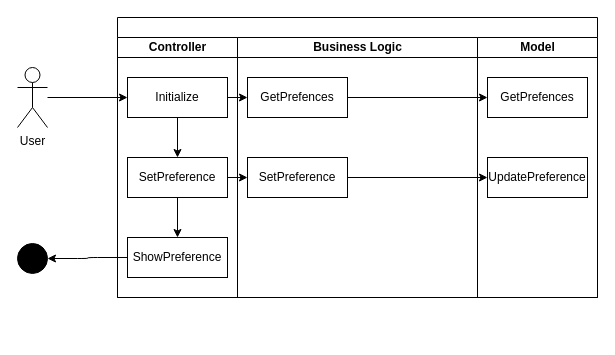
This is diagrams/ASD/SetPreference.drawio from JochemGrootherder/educom-webshop-runtime-records, a draw.io file, before an edit. Source tidied: cells renumbered, new cells numbered last; positions are measured from the earlier drawing's top-left corner, leaving out a move shared by most shapes. Both pictures are drawn from the tidied source at 100%, with x=0, y=0 at pixel (17, 17).
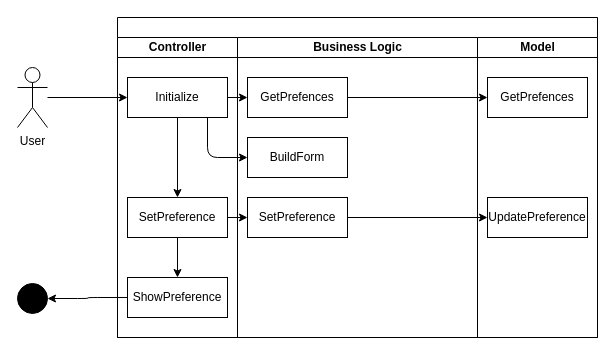
After the change.

Unchanged cells that the change refers to:
```xml
<mxCell id="5" value="Initialize" style="rounded=0;whiteSpace=wrap;html=1;" parent="3" vertex="1">
  <mxGeometry x="10" y="40" width="100" height="40" as="geometry" />
</mxCell>
```

Diff of the diagram source:
```diff
@@
     <mxCell id="2" style="swimlane;startSize=20;html=1;" parent="1" vertex="1">
-      <mxGeometry x="100" width="480" height="280" as="geometry" />
+      <mxGeometry x="100" width="480" height="320" as="geometry" />
     </mxCell>
     <mxCell id="3" value="Controller" style="swimlane;startSize=20;html=1;" parent="2" vertex="1">
-      <mxGeometry y="20" width="120" height="260" as="geometry" />
+      <mxGeometry y="20" width="120" height="300" as="geometry" />
     </mxCell>
@@
     <mxCell id="7" value="SetPreference" style="rounded=0;whiteSpace=wrap;html=1;" parent="3" vertex="1">
-      <mxGeometry x="10" y="120" width="100" height="40" as="geometry" />
+      <mxGeometry x="10" y="160" width="100" height="40" as="geometry" />
     </mxCell>
     <mxCell id="8" value="ShowPreference" style="rounded=0;whiteSpace=wrap;html=1;" parent="3" vertex="1">
-      <mxGeometry x="10" y="200" width="100" height="40" as="geometry" />
+      <mxGeometry x="10" y="240" width="100" height="40" as="geometry" />
     </mxCell>
     <mxCell id="9" value="Business Logic" style="swimlane;startSize=20;html=1;" parent="2" vertex="1">
-      <mxGeometry x="120" y="20" width="240" height="260" as="geometry" />
+      <mxGeometry x="120" y="20" width="240" height="300" as="geometry" />
     </mxCell>
     <mxCell id="10" value="SetPreference" style="rounded=0;whiteSpace=wrap;html=1;" parent="9" vertex="1">
-      <mxGeometry x="10" y="120" width="100" height="40" as="geometry" />
+      <mxGeometry x="10" y="160" width="100" height="40" as="geometry" />
     </mxCell>
@@
+    <mxCell id="23" value="BuildForm" style="rounded=0;whiteSpace=wrap;html=1;" parent="9" vertex="1">
+      <mxGeometry x="10" y="100" width="100" height="40" as="geometry" />
+    </mxCell>
     <mxCell id="12" value="Model" style="swimlane;startSize=20;html=1;" parent="2" vertex="1">
-      <mxGeometry x="360" y="20" width="120" height="260" as="geometry" />
+      <mxGeometry x="360" y="20" width="120" height="300" as="geometry" />
     </mxCell>
     <mxCell id="13" value="UpdatePreference" style="rounded=0;whiteSpace=wrap;html=1;" parent="12" vertex="1">
-      <mxGeometry x="10" y="120" width="100" height="40" as="geometry" />
+      <mxGeometry x="10" y="160" width="100" height="40" as="geometry" />
     </mxCell>
@@
+    <mxCell id="24" style="edgeStyle=orthogonalEdgeStyle;html=1;" parent="2" edge="1" source="5" target="23">
+      <mxGeometry relative="1" as="geometry">
+        <Array as="points">
+          <mxPoint x="90" y="140" />
+        </Array>
+      </mxGeometry>
+    </mxCell>
@@
     <mxCell id="21" style="ellipse;fillColor=strokeColor;fontSize=15;" parent="1" vertex="1">
-      <mxGeometry y="226" width="30" height="30" as="geometry" />
+      <mxGeometry y="266" width="30" height="30" as="geometry" />
     </mxCell>
```
